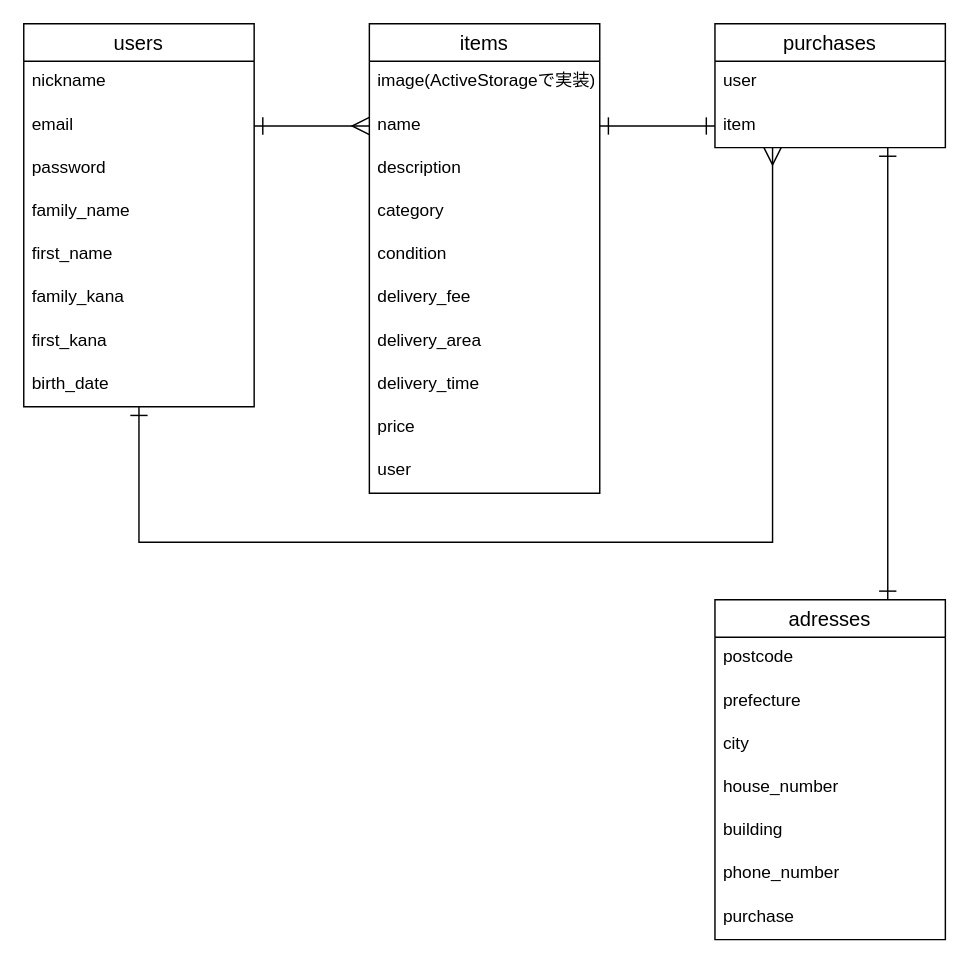
Earlier version of the draw.io diagram ER_furima.dio (kyoyasai/furima-30963). Source tidied: cells renumbered, new cells numbered last; positions are measured from the earlier drawing's top-left corner, leaving out a move shared by most shapes. Both pictures are drawn from the tidied source at 144%, with x=0, y=0 at pixel (23, 23).
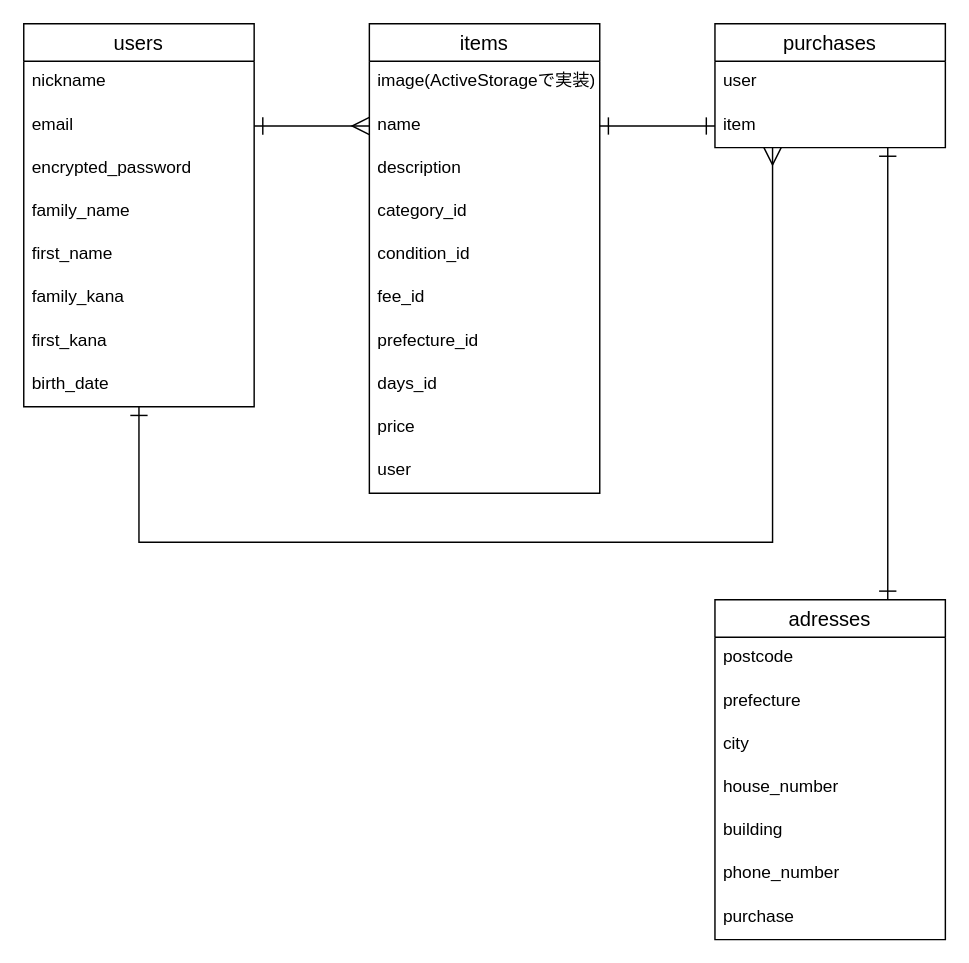
The same page after the edit.

Commit message:
PR後のER図修正

Unchanged cells that the change refers to:
```xml
<mxCell id="3" value="users" style="swimlane;fontStyle=0;horizontal=1;startSize=26;align=center;fontSize=14;" parent="1" vertex="1">
  <mxGeometry width="160" height="266" as="geometry" />
</mxCell>
<mxCell id="12" value="items" style="swimlane;fontStyle=0;horizontal=1;startSize=26;align=center;fontSize=14;" parent="1" vertex="1">
  <mxGeometry x="240" width="160" height="326" as="geometry" />
</mxCell>
```

Change to the diagram source:
```diff
@@
-    <mxCell id="6" value="password " style="text;strokeColor=none;fillColor=none;spacingLeft=4;spacingRight=4;overflow=hidden;fontSize=12;" parent="3" vertex="1">
+    <mxCell id="6" value="encrypted_password " style="text;strokeColor=none;fillColor=none;spacingLeft=4;spacingRight=4;overflow=hidden;fontSize=12;" parent="3" vertex="1">
       <mxGeometry y="86" width="160" height="30" as="geometry" />
     </mxCell>
@@
-    <mxCell id="16" value="category" style="text;strokeColor=none;fillColor=none;spacingLeft=4;spacingRight=4;overflow=hidden;fontSize=12;" parent="12" vertex="1">
+    <mxCell id="16" value="category_id" style="text;strokeColor=none;fillColor=none;spacingLeft=4;spacingRight=4;overflow=hidden;fontSize=12;" parent="12" vertex="1">
       <mxGeometry y="116" width="160" height="30" as="geometry" />
     </mxCell>
-    <mxCell id="17" value="condition" style="text;strokeColor=none;fillColor=none;spacingLeft=4;spacingRight=4;overflow=hidden;fontSize=12;" parent="12" vertex="1">
+    <mxCell id="17" value="condition_id" style="text;strokeColor=none;fillColor=none;spacingLeft=4;spacingRight=4;overflow=hidden;fontSize=12;" parent="12" vertex="1">
       <mxGeometry y="146" width="160" height="30" as="geometry" />
     </mxCell>
-    <mxCell id="18" value="delivery_fee" style="text;strokeColor=none;fillColor=none;spacingLeft=4;spacingRight=4;overflow=hidden;fontSize=12;" parent="12" vertex="1">
+    <mxCell id="18" value="fee_id" style="text;strokeColor=none;fillColor=none;spacingLeft=4;spacingRight=4;overflow=hidden;fontSize=12;" parent="12" vertex="1">
       <mxGeometry y="176" width="160" height="30" as="geometry" />
     </mxCell>
-    <mxCell id="19" value="delivery_area" style="text;strokeColor=none;fillColor=none;spacingLeft=4;spacingRight=4;overflow=hidden;fontSize=12;" parent="12" vertex="1">
+    <mxCell id="19" value="prefecture_id" style="text;strokeColor=none;fillColor=none;spacingLeft=4;spacingRight=4;overflow=hidden;fontSize=12;" parent="12" vertex="1">
       <mxGeometry y="206" width="160" height="30" as="geometry" />
     </mxCell>
-    <mxCell id="20" value="delivery_time" style="text;strokeColor=none;fillColor=none;spacingLeft=4;spacingRight=4;overflow=hidden;fontSize=12;" parent="12" vertex="1">
+    <mxCell id="20" value="days_id" style="text;strokeColor=none;fillColor=none;spacingLeft=4;spacingRight=4;overflow=hidden;fontSize=12;" parent="12" vertex="1">
       <mxGeometry y="236" width="160" height="30" as="geometry" />
     </mxCell>
```
